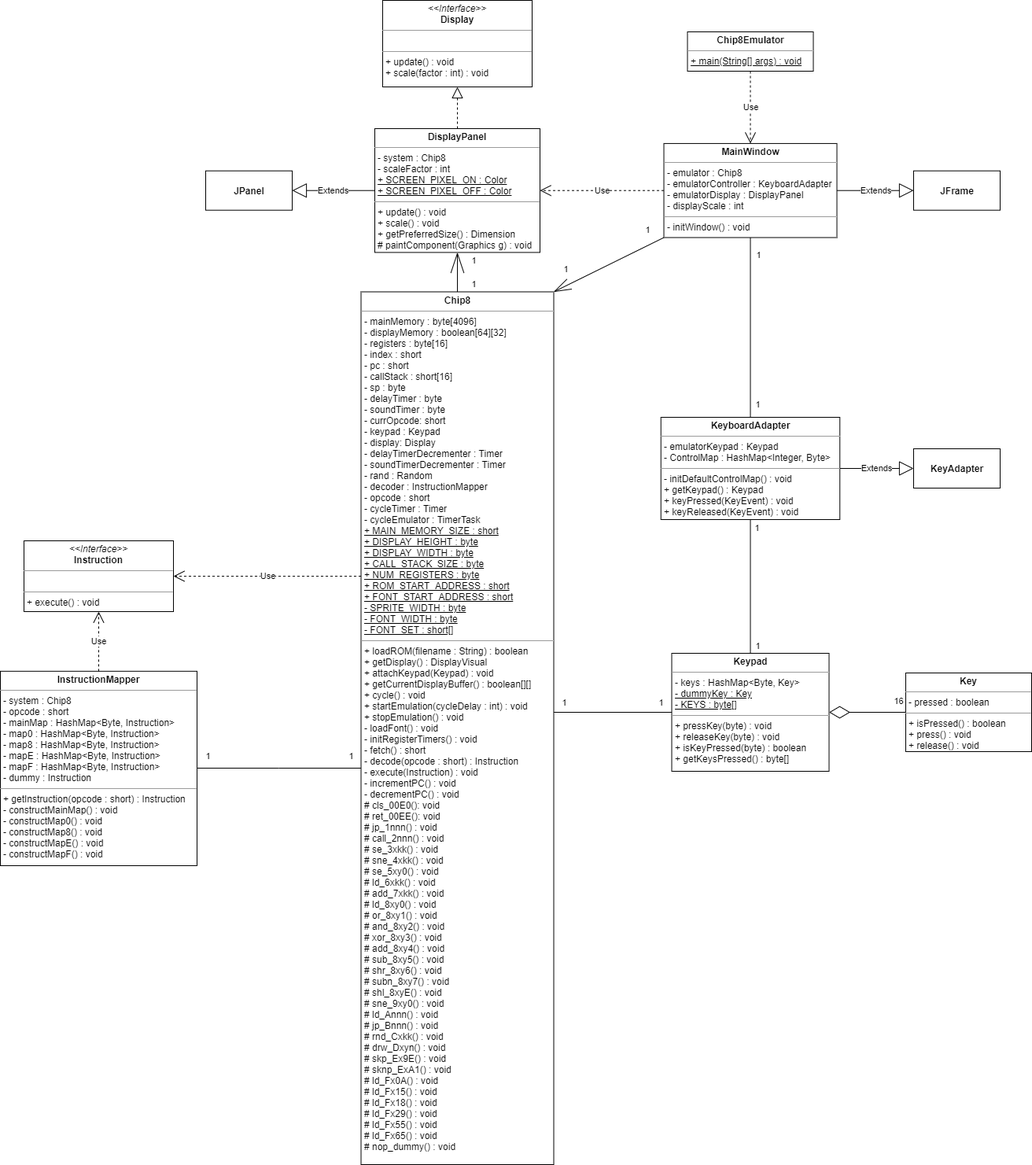
Above: diagrams/ClassDiagram.png in Pokepeople02/Chip8 (draw.io), before the change. Source tidied: cells renumbered, new cells last; positions are measured from the earlier drawing's top-left corner, leaving out a move shared by most shapes.
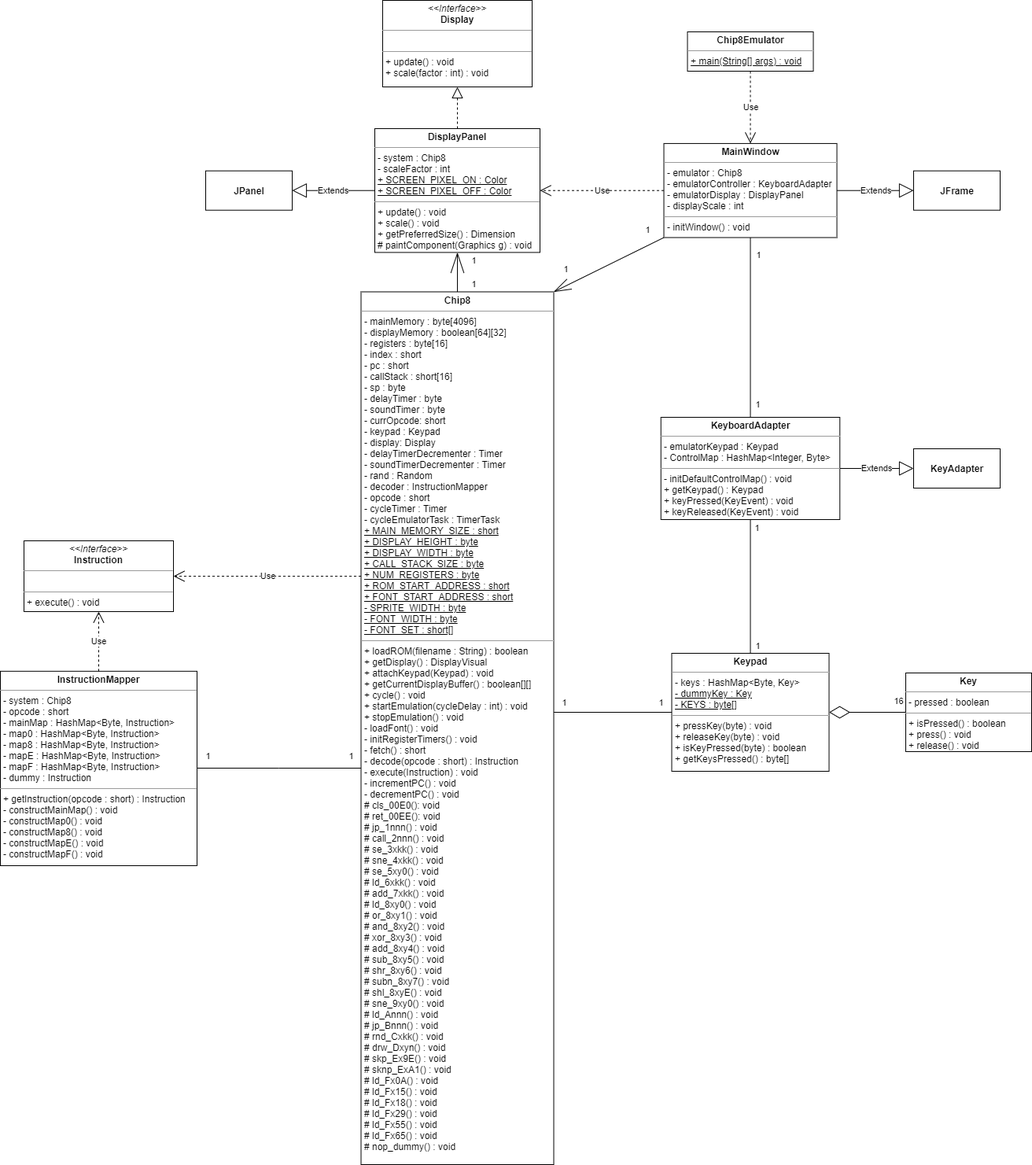
The same file after the commit.

Commit message:
Minor modifications to Class Diagram.

What changed in the source:
```diff
@@ -15,7 +15,7 @@
         <mxPoint y="-15.3" as="offset" />
       </mxGeometry>
     </mxCell>
-    <mxCell id="5" value="&lt;p style=&quot;margin: 0px ; margin-top: 4px ; text-align: center&quot;&gt;&lt;b&gt;Chip8&lt;/b&gt;&lt;/p&gt;&lt;hr size=&quot;1&quot;&gt;&lt;p style=&quot;margin: 0px ; margin-left: 4px&quot;&gt;&lt;span&gt;- mainMemory : byte[4096]&lt;/span&gt;&lt;br&gt;&lt;/p&gt;&lt;p style=&quot;margin: 0px ; margin-left: 4px&quot;&gt;- displayMemory : boolean[64][32]&lt;/p&gt;&lt;p style=&quot;margin: 0px 0px 0px 4px&quot;&gt;- registers : byte[16]&lt;/p&gt;&lt;p style=&quot;margin: 0px 0px 0px 4px&quot;&gt;- index : short&lt;/p&gt;&lt;p style=&quot;margin: 0px 0px 0px 4px&quot;&gt;- pc : short&lt;/p&gt;&lt;p style=&quot;margin: 0px 0px 0px 4px&quot;&gt;- callStack : short[16]&lt;/p&gt;&lt;p style=&quot;margin: 0px 0px 0px 4px&quot;&gt;- sp : byte&lt;/p&gt;&lt;p style=&quot;margin: 0px 0px 0px 4px&quot;&gt;- delayTimer : byte&lt;/p&gt;&lt;p style=&quot;margin: 0px 0px 0px 4px&quot;&gt;- soundTimer : byte&lt;/p&gt;&lt;p style=&quot;margin: 0px 0px 0px 4px&quot;&gt;- currOpcode: short&lt;/p&gt;&lt;p style=&quot;margin: 0px 0px 0px 4px&quot;&gt;- keypad : Keypad&lt;br&gt;&lt;/p&gt;&lt;p style=&quot;margin: 0px 0px 0px 4px&quot;&gt;- display: Display&lt;br&gt;&lt;/p&gt;&lt;p style=&quot;margin: 0px 0px 0px 4px&quot;&gt;- delayTimerDecrementer : Timer&lt;br&gt;&lt;/p&gt;&lt;p style=&quot;margin: 0px 0px 0px 4px&quot;&gt;- soundTimerDecrementer : Timer&lt;/p&gt;&lt;p style=&quot;margin: 0px ; margin-left: 4px&quot;&gt;- rand : Random&lt;br&gt;&lt;/p&gt;&lt;p style=&quot;margin: 0px ; margin-left: 4px&quot;&gt;- decoder : InstructionMapper&lt;br&gt;&lt;/p&gt;&lt;p style=&quot;margin: 0px ; margin-left: 4px&quot;&gt;- opcode : short&lt;/p&gt;&lt;p style=&quot;margin: 0px ; margin-left: 4px&quot;&gt;- cycleTimer : Timer&lt;br&gt;&lt;/p&gt;&lt;p style=&quot;margin: 0px ; margin-left: 4px&quot;&gt;- cycleEmulator : TimerTask&lt;/p&gt;&lt;p style=&quot;margin: 0px ; margin-left: 4px&quot;&gt;&lt;u&gt;+ MAIN_MEMORY_SIZE : short&lt;/u&gt;&lt;/p&gt;&lt;p style=&quot;margin: 0px ; margin-left: 4px&quot;&gt;&lt;u&gt;+ DISPLAY_HEIGHT : byte&lt;/u&gt;&lt;/p&gt;&lt;p style=&quot;margin: 0px ; margin-left: 4px&quot;&gt;&lt;u&gt;+ DISPLAY_WIDTH : byte&lt;/u&gt;&lt;/p&gt;&lt;p style=&quot;margin: 0px 0px 0px 4px&quot;&gt;&lt;u&gt;+ CALL_STACK_SIZE : byte&lt;/u&gt;&lt;/p&gt;&lt;p style=&quot;margin: 0px 0px 0px 4px&quot;&gt;&lt;u&gt;+ NUM_REGISTERS : byte&lt;/u&gt;&lt;/p&gt;&lt;p style=&quot;margin: 0px ; margin-left: 4px&quot;&gt;&lt;u&gt;+ ROM_START_ADDRESS : short&lt;/u&gt;&lt;/p&gt;&lt;p style=&quot;margin: 0px ; margin-left: 4px&quot;&gt;&lt;u&gt;+ FONT_START_ADDRESS : short&lt;/u&gt;&lt;/p&gt;&lt;p style=&quot;margin: 0px ; margin-left: 4px&quot;&gt;&lt;u&gt;- SPRITE_WIDTH : byte&lt;/u&gt;&lt;/p&gt;&lt;p style=&quot;margin: 0px ; margin-left: 4px&quot;&gt;&lt;u&gt;- FONT_WIDTH : byte&lt;/u&gt;&lt;/p&gt;&lt;p style=&quot;margin: 0px ; margin-left: 4px&quot;&gt;&lt;u&gt;- FONT_SET : short[]&lt;/u&gt;&lt;u&gt;&lt;br&gt;&lt;/u&gt;&lt;/p&gt;&lt;hr size=&quot;1&quot;&gt;&lt;p style=&quot;margin: 0px ; margin-left: 4px&quot;&gt;+ loadROM(filename : String) : boolean&lt;/p&gt;&lt;p style=&quot;margin: 0px ; margin-left: 4px&quot;&gt;+ getDisplay() : DisplayVisual&lt;/p&gt;&lt;p style=&quot;margin: 0px ; margin-left: 4px&quot;&gt;+ attachKeypad(Keypad) : void&lt;br&gt;&lt;/p&gt;&lt;p style=&quot;margin: 0px ; margin-left: 4px&quot;&gt;+ getCurrentDisplayBuffer() : boolean[][]&lt;br&gt;&lt;/p&gt;&lt;p style=&quot;margin: 0px ; margin-left: 4px&quot;&gt;+ cycle() : void&lt;/p&gt;&lt;p style=&quot;margin: 0px 0px 0px 4px&quot;&gt;+ startEmulation(cycleDelay : int) : void&lt;/p&gt;&lt;p style=&quot;margin: 0px 0px 0px 4px&quot;&gt;+ stopEmulation() : void&lt;/p&gt;&lt;p style=&quot;margin: 0px ; margin-left: 4px&quot;&gt;- loadFont() : void&lt;/p&gt;&lt;p style=&quot;margin: 0px ; margin-left: 4px&quot;&gt;- initRegisterTimers() : void&lt;/p&gt;&lt;p style=&quot;margin: 0px ; margin-left: 4px&quot;&gt;- fetch() : short&lt;/p&gt;&lt;p style=&quot;margin: 0px ; margin-left: 4px&quot;&gt;- decode(opcode : short) : Instruction&lt;/p&gt;&lt;p style=&quot;margin: 0px ; margin-left: 4px&quot;&gt;- execute(Instruction) : void&lt;/p&gt;&lt;p style=&quot;margin: 0px ; margin-left: 4px&quot;&gt;- incrementPC() : void&lt;/p&gt;&lt;p style=&quot;margin: 0px ; margin-left: 4px&quot;&gt;- decrementPC() : void&lt;/p&gt;&lt;p style=&quot;margin: 0px 0px 0px 4px&quot;&gt;# cls_00E0(): void&lt;br&gt;&lt;/p&gt;&lt;p style=&quot;margin: 0px 0px 0px 4px&quot;&gt;# ret_00EE(): void&lt;/p&gt;&lt;p style=&quot;margin: 0px 0px 0px 4px&quot;&gt;# jp_1nnn() : void&lt;/p&gt;&lt;p style=&quot;margin: 0px 0px 0px 4px&quot;&gt;# call_2nnn() : void&lt;/p&gt;&lt;p style=&quot;margin: 0px 0px 0px 4px&quot;&gt;# se_3xkk() : void&lt;/p&gt;&lt;p style=&quot;margin: 0px 0px 0px 4px&quot;&gt;# sne_4xkk() : void&lt;/p&gt;&lt;p style=&quot;margin: 0px 0px 0px 4px&quot;&gt;# se_5xy0() : void&lt;/p&gt;&lt;p style=&quot;margin: 0px 0px 0px 4px&quot;&gt;# ld_6xkk() : void&lt;/p&gt;&lt;p style=&quot;margin: 0px 0px 0px 4px&quot;&gt;# add_7xkk() : void&lt;/p&gt;&lt;p style=&quot;margin: 0px 0px 0px 4px&quot;&gt;# ld_8xy0() : void&lt;/p&gt;&lt;p style=&quot;margin: 0px 0px 0px 4px&quot;&gt;# or_8xy1() : void&lt;/p&gt;&lt;p style=&quot;margin: 0px 0px 0px 4px&quot;&gt;# and_8xy2() : void&lt;/p&gt;&lt;p style=&quot;margin: 0px 0px 0px 4px&quot;&gt;# xor_8xy3() : void&lt;/p&gt;&lt;p style=&quot;margin: 0px 0px 0px 4px&quot;&gt;# add_8xy4() : void&lt;/p&gt;&lt;p style=&quot;margin: 0px 0px 0px 4px&quot;&gt;# sub_8xy5() : void&lt;/p&gt;&lt;p style=&quot;margin: 0px 0px 0px 4px&quot;&gt;# shr_8xy6() : void&lt;/p&gt;&lt;p style=&quot;margin: 0px 0px 0px 4px&quot;&gt;# subn_8xy7() : void&lt;/p&gt;&lt;p style=&quot;margin: 0px 0px 0px 4px&quot;&gt;# shl_8xyE() : void&lt;/p&gt;&lt;p style=&quot;margin: 0px 0px 0px 4px&quot;&gt;# sne_9xy0() : void&lt;/p&gt;&lt;p style=&quot;margin: 0px 0px 0px 4px&quot;&gt;# ld_Annn() : void&lt;/p&gt;&lt;p style=&quot;margin: 0px 0px 0px 4px&quot;&gt;# jp_Bnnn() : void&lt;/p&gt;&lt;p style=&quot;margin: 0px 0px 0px 4px&quot;&gt;# rnd_Cxkk() : void&lt;/p&gt;&lt;p style=&quot;margin: 0px 0px 0px 4px&quot;&gt;# drw_Dxyn() : void&lt;/p&gt;&lt;p style=&quot;margin: 0px 0px 0px 4px&quot;&gt;# skp_Ex9E() : void&lt;/p&gt;&lt;p style=&quot;margin: 0px 0px 0px 4px&quot;&gt;# sknp_ExA1() : void&lt;/p&gt;&lt;p style=&quot;margin: 0px 0px 0px 4px&quot;&gt;# ld_Fx0A() : void&lt;/p&gt;&lt;p style=&quot;margin: 0px 0px 0px 4px&quot;&gt;# ld_Fx15() : void&lt;/p&gt;&lt;p style=&quot;margin: 0px 0px 0px 4px&quot;&gt;# ld_Fx18() : void&lt;/p&gt;&lt;p style=&quot;margin: 0px 0px 0px 4px&quot;&gt;# ld_Fx29() : void&lt;/p&gt;&lt;p style=&quot;margin: 0px 0px 0px 4px&quot;&gt;# ld_Fx55() : void&lt;/p&gt;&lt;p style=&quot;margin: 0px 0px 0px 4px&quot;&gt;# ld_Fx65() : void&lt;/p&gt;&lt;p style=&quot;margin: 0px 0px 0px 4px&quot;&gt;# nop_dummy() : void&lt;/p&gt;" style="verticalAlign=top;align=left;overflow=fill;fontSize=12;fontFamily=Helvetica;html=1;" parent="1" vertex="1">
+    <mxCell id="5" value="&lt;p style=&quot;margin: 0px ; margin-top: 4px ; text-align: center&quot;&gt;&lt;b&gt;Chip8&lt;/b&gt;&lt;/p&gt;&lt;hr size=&quot;1&quot;&gt;&lt;p style=&quot;margin: 0px ; margin-left: 4px&quot;&gt;&lt;span&gt;- mainMemory : byte[4096]&lt;/span&gt;&lt;br&gt;&lt;/p&gt;&lt;p style=&quot;margin: 0px ; margin-left: 4px&quot;&gt;- displayMemory : boolean[64][32]&lt;/p&gt;&lt;p style=&quot;margin: 0px 0px 0px 4px&quot;&gt;- registers : byte[16]&lt;/p&gt;&lt;p style=&quot;margin: 0px 0px 0px 4px&quot;&gt;- index : short&lt;/p&gt;&lt;p style=&quot;margin: 0px 0px 0px 4px&quot;&gt;- pc : short&lt;/p&gt;&lt;p style=&quot;margin: 0px 0px 0px 4px&quot;&gt;- callStack : short[16]&lt;/p&gt;&lt;p style=&quot;margin: 0px 0px 0px 4px&quot;&gt;- sp : byte&lt;/p&gt;&lt;p style=&quot;margin: 0px 0px 0px 4px&quot;&gt;- delayTimer : byte&lt;/p&gt;&lt;p style=&quot;margin: 0px 0px 0px 4px&quot;&gt;- soundTimer : byte&lt;/p&gt;&lt;p style=&quot;margin: 0px 0px 0px 4px&quot;&gt;- currOpcode: short&lt;/p&gt;&lt;p style=&quot;margin: 0px 0px 0px 4px&quot;&gt;- keypad : Keypad&lt;br&gt;&lt;/p&gt;&lt;p style=&quot;margin: 0px 0px 0px 4px&quot;&gt;- display: Display&lt;br&gt;&lt;/p&gt;&lt;p style=&quot;margin: 0px 0px 0px 4px&quot;&gt;- delayTimerDecrementer : Timer&lt;br&gt;&lt;/p&gt;&lt;p style=&quot;margin: 0px 0px 0px 4px&quot;&gt;- soundTimerDecrementer : Timer&lt;/p&gt;&lt;p style=&quot;margin: 0px ; margin-left: 4px&quot;&gt;- rand : Random&lt;br&gt;&lt;/p&gt;&lt;p style=&quot;margin: 0px ; margin-left: 4px&quot;&gt;- decoder : InstructionMapper&lt;br&gt;&lt;/p&gt;&lt;p style=&quot;margin: 0px ; margin-left: 4px&quot;&gt;- opcode : short&lt;/p&gt;&lt;p style=&quot;margin: 0px ; margin-left: 4px&quot;&gt;- cycleTimer : Timer&lt;br&gt;&lt;/p&gt;&lt;p style=&quot;margin: 0px ; margin-left: 4px&quot;&gt;- cycleEmulatorTask : TimerTask&lt;/p&gt;&lt;p style=&quot;margin: 0px ; margin-left: 4px&quot;&gt;&lt;u&gt;+ MAIN_MEMORY_SIZE : short&lt;/u&gt;&lt;/p&gt;&lt;p style=&quot;margin: 0px ; margin-left: 4px&quot;&gt;&lt;u&gt;+ DISPLAY_HEIGHT : byte&lt;/u&gt;&lt;/p&gt;&lt;p style=&quot;margin: 0px ; margin-left: 4px&quot;&gt;&lt;u&gt;+ DISPLAY_WIDTH : byte&lt;/u&gt;&lt;/p&gt;&lt;p style=&quot;margin: 0px 0px 0px 4px&quot;&gt;&lt;u&gt;+ CALL_STACK_SIZE : byte&lt;/u&gt;&lt;/p&gt;&lt;p style=&quot;margin: 0px 0px 0px 4px&quot;&gt;&lt;u&gt;+ NUM_REGISTERS : byte&lt;/u&gt;&lt;/p&gt;&lt;p style=&quot;margin: 0px ; margin-left: 4px&quot;&gt;&lt;u&gt;+ ROM_START_ADDRESS : short&lt;/u&gt;&lt;/p&gt;&lt;p style=&quot;margin: 0px ; margin-left: 4px&quot;&gt;&lt;u&gt;+ FONT_START_ADDRESS : short&lt;/u&gt;&lt;/p&gt;&lt;p style=&quot;margin: 0px ; margin-left: 4px&quot;&gt;&lt;u&gt;- SPRITE_WIDTH : byte&lt;/u&gt;&lt;/p&gt;&lt;p style=&quot;margin: 0px ; margin-left: 4px&quot;&gt;&lt;u&gt;- FONT_WIDTH : byte&lt;/u&gt;&lt;/p&gt;&lt;p style=&quot;margin: 0px ; margin-left: 4px&quot;&gt;&lt;u&gt;- FONT_SET : short[]&lt;/u&gt;&lt;u&gt;&lt;br&gt;&lt;/u&gt;&lt;/p&gt;&lt;hr size=&quot;1&quot;&gt;&lt;p style=&quot;margin: 0px ; margin-left: 4px&quot;&gt;+ loadROM(filename : String) : boolean&lt;/p&gt;&lt;p style=&quot;margin: 0px ; margin-left: 4px&quot;&gt;+ getDisplay() : DisplayVisual&lt;/p&gt;&lt;p style=&quot;margin: 0px ; margin-left: 4px&quot;&gt;+ attachKeypad(Keypad) : void&lt;br&gt;&lt;/p&gt;&lt;p style=&quot;margin: 0px ; margin-left: 4px&quot;&gt;+ getCurrentDisplayBuffer() : boolean[][]&lt;br&gt;&lt;/p&gt;&lt;p style=&quot;margin: 0px ; margin-left: 4px&quot;&gt;+ cycle() : void&lt;/p&gt;&lt;p style=&quot;margin: 0px 0px 0px 4px&quot;&gt;+ startEmulation(cycleDelay : int) : void&lt;/p&gt;&lt;p style=&quot;margin: 0px 0px 0px 4px&quot;&gt;+ stopEmulation() : void&lt;/p&gt;&lt;p style=&quot;margin: 0px ; margin-left: 4px&quot;&gt;- loadFont() : void&lt;/p&gt;&lt;p style=&quot;margin: 0px ; margin-left: 4px&quot;&gt;- initRegisterTimers() : void&lt;/p&gt;&lt;p style=&quot;margin: 0px ; margin-left: 4px&quot;&gt;- fetch() : short&lt;/p&gt;&lt;p style=&quot;margin: 0px ; margin-left: 4px&quot;&gt;- decode(opcode : short) : Instruction&lt;/p&gt;&lt;p style=&quot;margin: 0px ; margin-left: 4px&quot;&gt;- execute(Instruction) : void&lt;/p&gt;&lt;p style=&quot;margin: 0px ; margin-left: 4px&quot;&gt;- incrementPC() : void&lt;/p&gt;&lt;p style=&quot;margin: 0px ; margin-left: 4px&quot;&gt;- decrementPC() : void&lt;/p&gt;&lt;p style=&quot;margin: 0px 0px 0px 4px&quot;&gt;# cls_00E0(): void&lt;br&gt;&lt;/p&gt;&lt;p style=&quot;margin: 0px 0px 0px 4px&quot;&gt;# ret_00EE(): void&lt;/p&gt;&lt;p style=&quot;margin: 0px 0px 0px 4px&quot;&gt;# jp_1nnn() : void&lt;/p&gt;&lt;p style=&quot;margin: 0px 0px 0px 4px&quot;&gt;# call_2nnn() : void&lt;/p&gt;&lt;p style=&quot;margin: 0px 0px 0px 4px&quot;&gt;# se_3xkk() : void&lt;/p&gt;&lt;p style=&quot;margin: 0px 0px 0px 4px&quot;&gt;# sne_4xkk() : void&lt;/p&gt;&lt;p style=&quot;margin: 0px 0px 0px 4px&quot;&gt;# se_5xy0() : void&lt;/p&gt;&lt;p style=&quot;margin: 0px 0px 0px 4px&quot;&gt;# ld_6xkk() : void&lt;/p&gt;&lt;p style=&quot;margin: 0px 0px 0px 4px&quot;&gt;# add_7xkk() : void&lt;/p&gt;&lt;p style=&quot;margin: 0px 0px 0px 4px&quot;&gt;# ld_8xy0() : void&lt;/p&gt;&lt;p style=&quot;margin: 0px 0px 0px 4px&quot;&gt;# or_8xy1() : void&lt;/p&gt;&lt;p style=&quot;margin: 0px 0px 0px 4px&quot;&gt;# and_8xy2() : void&lt;/p&gt;&lt;p style=&quot;margin: 0px 0px 0px 4px&quot;&gt;# xor_8xy3() : void&lt;/p&gt;&lt;p style=&quot;margin: 0px 0px 0px 4px&quot;&gt;# add_8xy4() : void&lt;/p&gt;&lt;p style=&quot;margin: 0px 0px 0px 4px&quot;&gt;# sub_8xy5() : void&lt;/p&gt;&lt;p style=&quot;margin: 0px 0px 0px 4px&quot;&gt;# shr_8xy6() : void&lt;/p&gt;&lt;p style=&quot;margin: 0px 0px 0px 4px&quot;&gt;# subn_8xy7() : void&lt;/p&gt;&lt;p style=&quot;margin: 0px 0px 0px 4px&quot;&gt;# shl_8xyE() : void&lt;/p&gt;&lt;p style=&quot;margin: 0px 0px 0px 4px&quot;&gt;# sne_9xy0() : void&lt;/p&gt;&lt;p style=&quot;margin: 0px 0px 0px 4px&quot;&gt;# ld_Annn() : void&lt;/p&gt;&lt;p style=&quot;margin: 0px 0px 0px 4px&quot;&gt;# jp_Bnnn() : void&lt;/p&gt;&lt;p style=&quot;margin: 0px 0px 0px 4px&quot;&gt;# rnd_Cxkk() : void&lt;/p&gt;&lt;p style=&quot;margin: 0px 0px 0px 4px&quot;&gt;# drw_Dxyn() : void&lt;/p&gt;&lt;p style=&quot;margin: 0px 0px 0px 4px&quot;&gt;# skp_Ex9E() : void&lt;/p&gt;&lt;p style=&quot;margin: 0px 0px 0px 4px&quot;&gt;# sknp_ExA1() : void&lt;/p&gt;&lt;p style=&quot;margin: 0px 0px 0px 4px&quot;&gt;# ld_Fx0A() : void&lt;/p&gt;&lt;p style=&quot;margin: 0px 0px 0px 4px&quot;&gt;# ld_Fx15() : void&lt;/p&gt;&lt;p style=&quot;margin: 0px 0px 0px 4px&quot;&gt;# ld_Fx18() : void&lt;/p&gt;&lt;p style=&quot;margin: 0px 0px 0px 4px&quot;&gt;# ld_Fx29() : void&lt;/p&gt;&lt;p style=&quot;margin: 0px 0px 0px 4px&quot;&gt;# ld_Fx55() : void&lt;/p&gt;&lt;p style=&quot;margin: 0px 0px 0px 4px&quot;&gt;# ld_Fx65() : void&lt;/p&gt;&lt;p style=&quot;margin: 0px 0px 0px 4px&quot;&gt;# nop_dummy() : void&lt;/p&gt;" style="verticalAlign=top;align=left;overflow=fill;fontSize=12;fontFamily=Helvetica;html=1;" parent="1" vertex="1">
       <mxGeometry x="458.5" y="370.5" width="245" height="1109.5" as="geometry" />
     </mxCell>
     <mxCell id="6" style="edgeStyle=elbowEdgeStyle;rounded=0;jettySize=auto;elbow=vertical;html=1;endArrow=none;endFill=0;startSize=24;endSize=24;" parent="1" edge="1" source="9" target="5">
```
